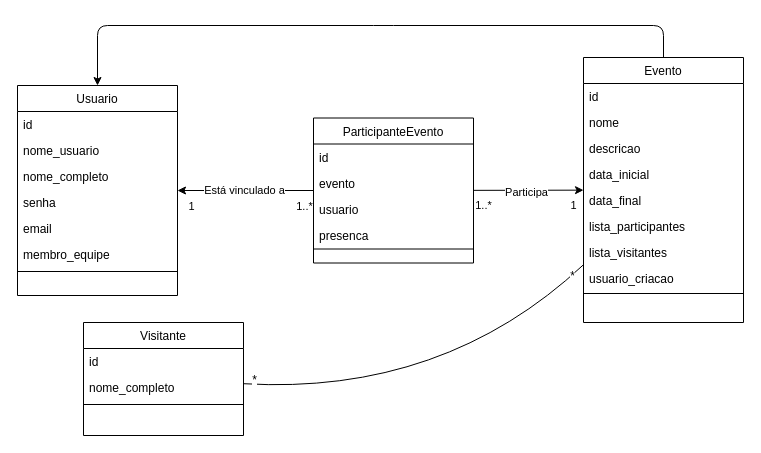
Before: artefatos/srp_diagrama_classe.drawio in EricSantosdm/Sistema-de-Registro-de-Presenca-SRP, a draw.io diagram. Source tidied: cells renumbered, new cells numbered last; positions are measured from the earlier drawing's top-left corner, leaving out a move shared by most shapes. Both pictures are drawn from the tidied source at 100%, with x=0, y=0 at pixel (17, 25).
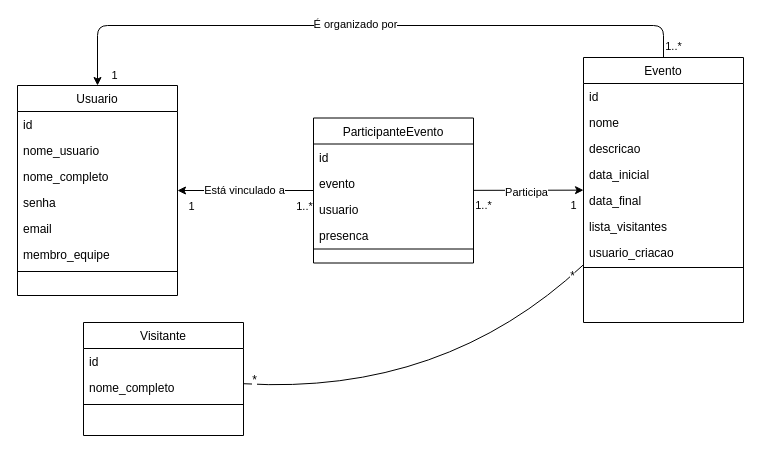
The same diagram, later.

Commit message:
feat: Adicionando relacionamento de Evento a Usuário

Unchanged cells that the change refers to:
```xml
<mxCell id="5" style="edgeStyle=none;html=1;" parent="1" edge="1" source="6" target="16">
  <mxGeometry relative="1" as="geometry">
    <Array as="points">
      <mxPoint x="646" />
      <mxPoint x="366" />
      <mxPoint x="80" />
    </Array>
  </mxGeometry>
</mxCell>
<mxCell id="6" value="Evento" style="swimlane;fontStyle=0;align=center;verticalAlign=top;horizontal=1;startSize=26;rounded=0;shadow=0;strokeWidth=1;" parent="1" vertex="1">
  <mxGeometry x="566" y="32" width="160" height="265" as="geometry" />
</mxCell>
```

Change to the diagram source:
```diff
@@
+    <mxCell id="42" value="É organizado por" style="edgeLabel;html=1;align=center;verticalAlign=middle;" parent="5" vertex="1">
+      <mxGeometry x="0.04" y="-2" relative="1" as="geometry">
+        <mxPoint x="1" as="offset" />
+      </mxGeometry>
+    </mxCell>
+    <mxCell id="43" value="1..*" style="edgeLabel;html=1;align=center;verticalAlign=middle;" parent="5" vertex="1">
+      <mxGeometry x="-0.79" y="-1" relative="1" as="geometry">
+        <mxPoint x="46" y="21" as="offset" />
+      </mxGeometry>
+    </mxCell>
+    <mxCell id="44" value="1" style="edgeLabel;html=1;align=center;verticalAlign=middle;" parent="5" vertex="1">
+      <mxGeometry x="0.94" y="1" relative="1" as="geometry">
+        <mxPoint x="15" y="9" as="offset" />
+      </mxGeometry>
+    </mxCell>
@@
-    <mxCell id="12" value="lista_participantes" style="text;align=left;verticalAlign=top;spacingLeft=4;spacingRight=4;overflow=hidden;rounded=0;shadow=0;html=0;" parent="6" vertex="1">
-      <mxGeometry y="156" width="160" height="26" as="geometry" />
-    </mxCell>
     <mxCell id="13" value="lista_visitantes" style="text;align=left;verticalAlign=top;spacingLeft=4;spacingRight=4;overflow=hidden;rounded=0;shadow=0;html=0;" parent="6" vertex="1">
-      <mxGeometry y="182" width="160" height="26" as="geometry" />
+      <mxGeometry y="156" width="160" height="26" as="geometry" />
     </mxCell>
     <mxCell id="14" value="usuario_criacao" style="text;align=left;verticalAlign=top;spacingLeft=4;spacingRight=4;overflow=hidden;rounded=0;shadow=0;html=0;" parent="6" vertex="1">
-      <mxGeometry y="208" width="160" height="26" as="geometry" />
+      <mxGeometry y="182" width="160" height="26" as="geometry" />
     </mxCell>
     <mxCell id="15" style="line;html=1;strokeWidth=1;align=left;verticalAlign=middle;spacingTop=-1;spacingLeft=3;spacingRight=3;labelPosition=right;" parent="6" vertex="1">
-      <mxGeometry y="234" width="160" height="4" as="geometry" />
+      <mxGeometry y="208" width="160" height="4" as="geometry" />
     </mxCell>
```
